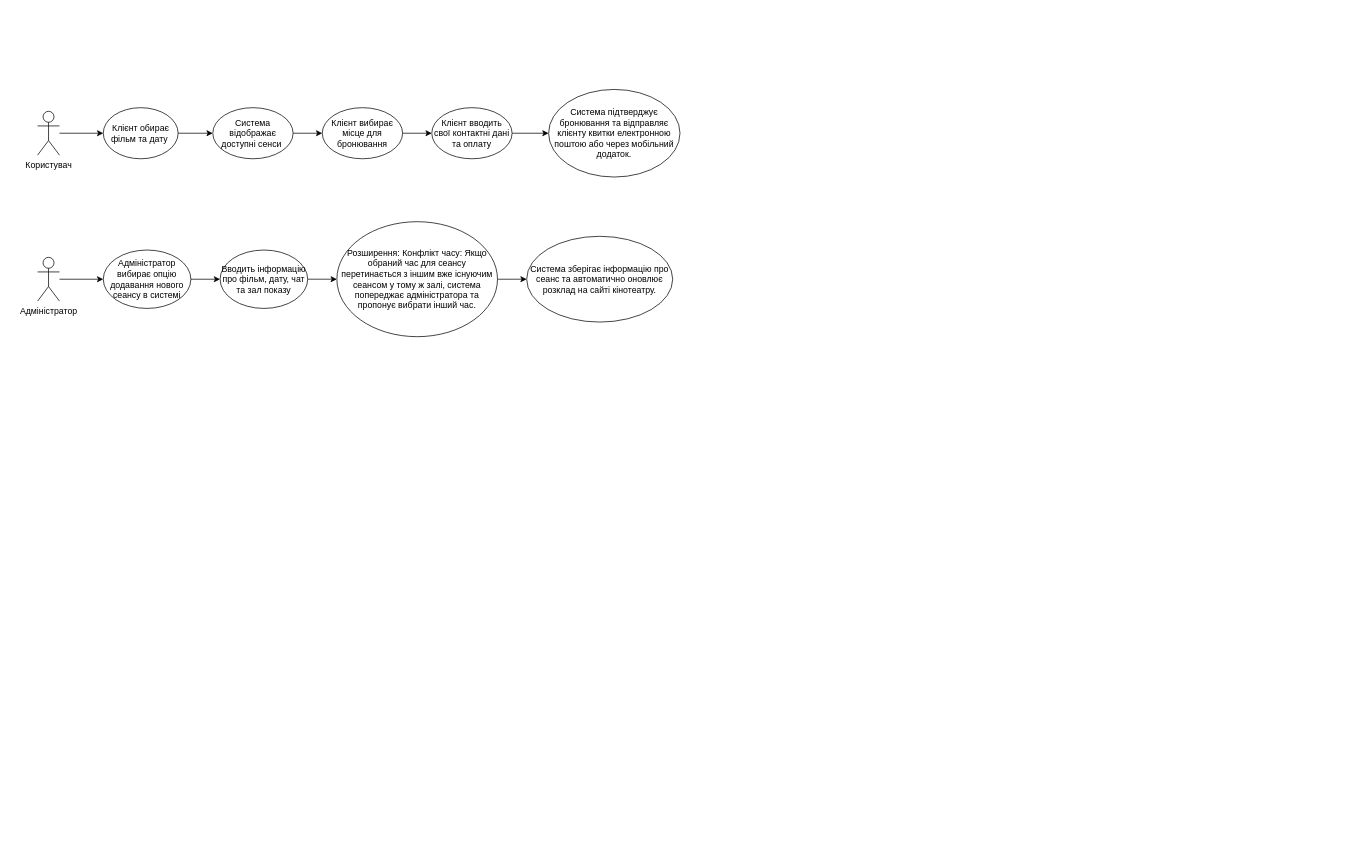
Above: Компоненти програмної інженерії/Laba1/Laba1.1.drawio in KostPost/KPI-Works-2 (draw.io), before the change. Source tidied: cells renumbered, new cells numbered last; positions are measured from the earlier drawing's top-left corner, leaving out a move shared by most shapes. Both pictures are drawn from the tidied source at 73%, with x=0, y=0 at pixel (37, 89).
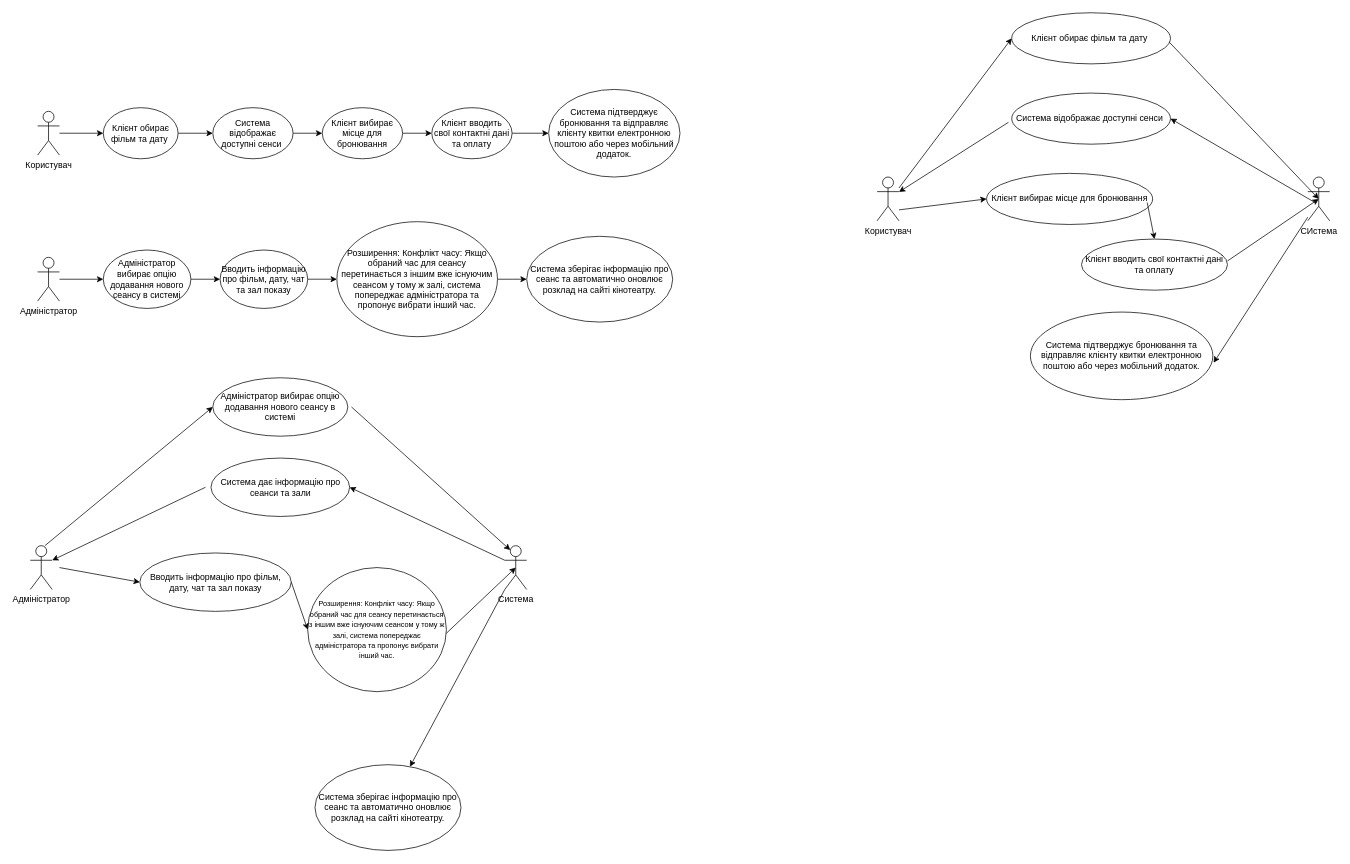
After the change.

Diff of the diagram source:
```diff
@@
+    <mxCell id="22" value="Користувач" style="shape=umlActor;verticalLabelPosition=bottom;verticalAlign=top;html=1;outlineConnect=0;" parent="1" vertex="1">
+      <mxGeometry x="1150" y="120" width="30" height="60" as="geometry" />
+    </mxCell>
+    <mxCell id="23" value="СИстема" style="shape=umlActor;verticalLabelPosition=bottom;verticalAlign=top;html=1;outlineConnect=0;" parent="1" vertex="1">
+      <mxGeometry x="1740" y="120" width="30" height="60" as="geometry" />
+    </mxCell>
+    <mxCell id="24" value="Клієнт обирає фільм та дату&amp;nbsp;" style="ellipse;whiteSpace=wrap;html=1;" parent="1" vertex="1">
+      <mxGeometry x="1334.4" y="-105" width="217.5" height="70" as="geometry" />
+    </mxCell>
+    <mxCell id="25" value="Система відображає доступні сенси&amp;nbsp;" style="ellipse;whiteSpace=wrap;html=1;" parent="1" vertex="1">
+      <mxGeometry x="1334.4" y="5" width="217.5" height="70" as="geometry" />
+    </mxCell>
+    <mxCell id="26" value="Клієнт вибирає місце для бронювання" style="ellipse;whiteSpace=wrap;html=1;" parent="1" vertex="1">
+      <mxGeometry x="1300" y="115" width="227.5" height="70" as="geometry" />
+    </mxCell>
+    <mxCell id="27" value="Клієнт вводить свої контактні дані та оплату" style="ellipse;whiteSpace=wrap;html=1;" parent="1" vertex="1">
+      <mxGeometry x="1430" y="205" width="200" height="70" as="geometry" />
+    </mxCell>
+    <mxCell id="28" value="Система підтверджує бронювання та відправляє клієнту квитки електронною поштою або через мобільний додаток." style="ellipse;whiteSpace=wrap;html=1;" parent="1" vertex="1">
+      <mxGeometry x="1360" y="305" width="250" height="120" as="geometry" />
+    </mxCell>
+    <mxCell id="29" style="endArrow=classic;html=1;rounded=0;entryX=0;entryY=0.5;entryDx=0;entryDy=0;" parent="1" edge="1" target="24">
+      <mxGeometry relative="1" as="geometry">
+        <mxPoint x="1180" y="135" as="sourcePoint" />
+      </mxGeometry>
+    </mxCell>
+    <mxCell id="30" style="endArrow=classic;html=1;rounded=0;entryX=0.5;entryY=0.5;entryDx=0;entryDy=0;entryPerimeter=0;" parent="1" edge="1" target="23">
+      <mxGeometry relative="1" as="geometry">
+        <mxPoint x="1550" y="-65" as="sourcePoint" />
+      </mxGeometry>
+    </mxCell>
+    <mxCell id="31" style="endArrow=classic;html=1;rounded=0;entryX=1;entryY=0.5;entryDx=0;entryDy=0;" parent="1" edge="1" target="25">
+      <mxGeometry relative="1" as="geometry">
+        <mxPoint x="1750" y="155" as="sourcePoint" />
+      </mxGeometry>
+    </mxCell>
+    <mxCell id="32" style="endArrow=classic;html=1;rounded=0;" parent="1" edge="1" target="22">
+      <mxGeometry relative="1" as="geometry">
+        <mxPoint x="1330" y="45" as="sourcePoint" />
+      </mxGeometry>
+    </mxCell>
+    <mxCell id="33" style="endArrow=classic;html=1;rounded=0;entryX=0;entryY=0.5;entryDx=0;entryDy=0;" parent="1" edge="1" target="26">
+      <mxGeometry relative="1" as="geometry">
+        <mxPoint x="1180" y="165" as="sourcePoint" />
+      </mxGeometry>
+    </mxCell>
+    <mxCell id="34" style="endArrow=classic;html=1;rounded=0;entryX=0.5;entryY=0;entryDx=0;entryDy=0;" parent="1" edge="1" target="27">
+      <mxGeometry relative="1" as="geometry">
+        <mxPoint x="1520" y="155" as="sourcePoint" />
+      </mxGeometry>
+    </mxCell>
+    <mxCell id="35" style="endArrow=classic;html=1;rounded=0;entryX=0.5;entryY=0.5;entryDx=0;entryDy=0;entryPerimeter=0;" parent="1" edge="1" target="23">
+      <mxGeometry relative="1" as="geometry">
+        <mxPoint x="1630" y="235" as="sourcePoint" />
+      </mxGeometry>
+    </mxCell>
+    <mxCell id="36" style="endArrow=classic;html=1;rounded=0;entryX=1.004;entryY=0.578;entryDx=0;entryDy=0;entryPerimeter=0;" parent="1" edge="1" target="28">
+      <mxGeometry relative="1" as="geometry">
+        <mxPoint x="1740" y="175" as="sourcePoint" />
+      </mxGeometry>
+    </mxCell>
+    <mxCell id="37" value="Адміністратор" style="shape=umlActor;verticalLabelPosition=bottom;verticalAlign=top;html=1;outlineConnect=0;" parent="1" vertex="1">
+      <mxGeometry x="-10" y="625" width="30" height="60" as="geometry" />
+    </mxCell>
+    <mxCell id="38" value="Система" style="shape=umlActor;verticalLabelPosition=bottom;verticalAlign=top;html=1;outlineConnect=0;" parent="1" vertex="1">
+      <mxGeometry x="640" y="625" width="30" height="60" as="geometry" />
+    </mxCell>
+    <mxCell id="39" value="Адміністратор вибирає опцію додавання нового сеансу в системі" style="ellipse;whiteSpace=wrap;html=1;" parent="1" vertex="1">
+      <mxGeometry x="240" y="395" width="185" height="80" as="geometry" />
+    </mxCell>
+    <mxCell id="40" value="Вводить інформацію про фільм, дату, чат та зал показу" style="ellipse;whiteSpace=wrap;html=1;" parent="1" vertex="1">
+      <mxGeometry x="140" y="635" width="207.5" height="80" as="geometry" />
+    </mxCell>
+    <mxCell id="41" value="Система дає інформацію про сеанси та зали" style="ellipse;whiteSpace=wrap;html=1;" parent="1" vertex="1">
+      <mxGeometry x="237.5" y="505" width="190" height="80" as="geometry" />
+    </mxCell>
+    <mxCell id="42" value="&lt;font style=&quot;font-size: 10px;&quot;&gt;Розширення: Конфлікт часу: Якщо обраний час для сеансу перетинається з іншим вже існуючим сеансом у тому ж залі, система попереджає адміністратора та пропонує вибрати інший час.&lt;/font&gt;" style="ellipse;whiteSpace=wrap;html=1;" parent="1" vertex="1">
+      <mxGeometry x="370" y="655" width="190" height="170" as="geometry" />
+    </mxCell>
+    <mxCell id="43" value="Система зберігає інформацію про сеанс та автоматично оновлює розклад на сайті кінотеатру." style="ellipse;whiteSpace=wrap;html=1;" parent="1" vertex="1">
+      <mxGeometry x="380" y="925" width="200" height="117.5" as="geometry" />
+    </mxCell>
+    <mxCell id="44" style="endArrow=classic;html=1;rounded=0;entryX=0;entryY=0.5;entryDx=0;entryDy=0;" parent="1" edge="1" target="39">
+      <mxGeometry relative="1" as="geometry">
+        <mxPoint x="10" y="625" as="sourcePoint" />
+      </mxGeometry>
+    </mxCell>
+    <mxCell id="45" style="endArrow=classic;html=1;rounded=0;entryX=0.25;entryY=0.1;entryDx=0;entryDy=0;entryPerimeter=0;" parent="1" edge="1" target="38">
+      <mxGeometry relative="1" as="geometry">
+        <mxPoint x="430" y="435" as="sourcePoint" />
+      </mxGeometry>
+    </mxCell>
+    <mxCell id="46" style="endArrow=classic;html=1;rounded=0;entryX=1;entryY=0.5;entryDx=0;entryDy=0;" parent="1" edge="1" target="41">
+      <mxGeometry relative="1" as="geometry">
+        <mxPoint x="640" y="645" as="sourcePoint" />
+      </mxGeometry>
+    </mxCell>
+    <mxCell id="47" style="endArrow=classic;html=1;rounded=0;entryX=1;entryY=0.3333333333333333;entryDx=0;entryDy=0;entryPerimeter=0;" parent="1" edge="1" target="37">
+      <mxGeometry relative="1" as="geometry">
+        <mxPoint x="230" y="545" as="sourcePoint" />
+      </mxGeometry>
+    </mxCell>
+    <mxCell id="48" style="endArrow=classic;html=1;rounded=0;entryX=0;entryY=0.5;entryDx=0;entryDy=0;" parent="1" edge="1" target="40">
+      <mxGeometry relative="1" as="geometry">
+        <mxPoint x="30" y="655" as="sourcePoint" />
+      </mxGeometry>
+    </mxCell>
+    <mxCell id="49" style="endArrow=classic;html=1;rounded=0;entryX=0;entryY=0.5;entryDx=0;entryDy=0;exitX=1;exitY=0.5;exitDx=0;exitDy=0;" parent="1" edge="1" source="40" target="42">
+      <mxGeometry relative="1" as="geometry" />
+    </mxCell>
+    <mxCell id="50" style="endArrow=classic;html=1;rounded=0;" parent="1" edge="1" target="43">
+      <mxGeometry relative="1" as="geometry">
+        <mxPoint x="640" y="685" as="sourcePoint" />
+      </mxGeometry>
+    </mxCell>
+    <mxCell id="51" style="endArrow=classic;html=1;rounded=0;entryX=0.5;entryY=0.5;entryDx=0;entryDy=0;entryPerimeter=0;" parent="1" edge="1" target="38">
+      <mxGeometry relative="1" as="geometry">
+        <mxPoint x="560" y="745" as="sourcePoint" />
+      </mxGeometry>
+    </mxCell>
```
